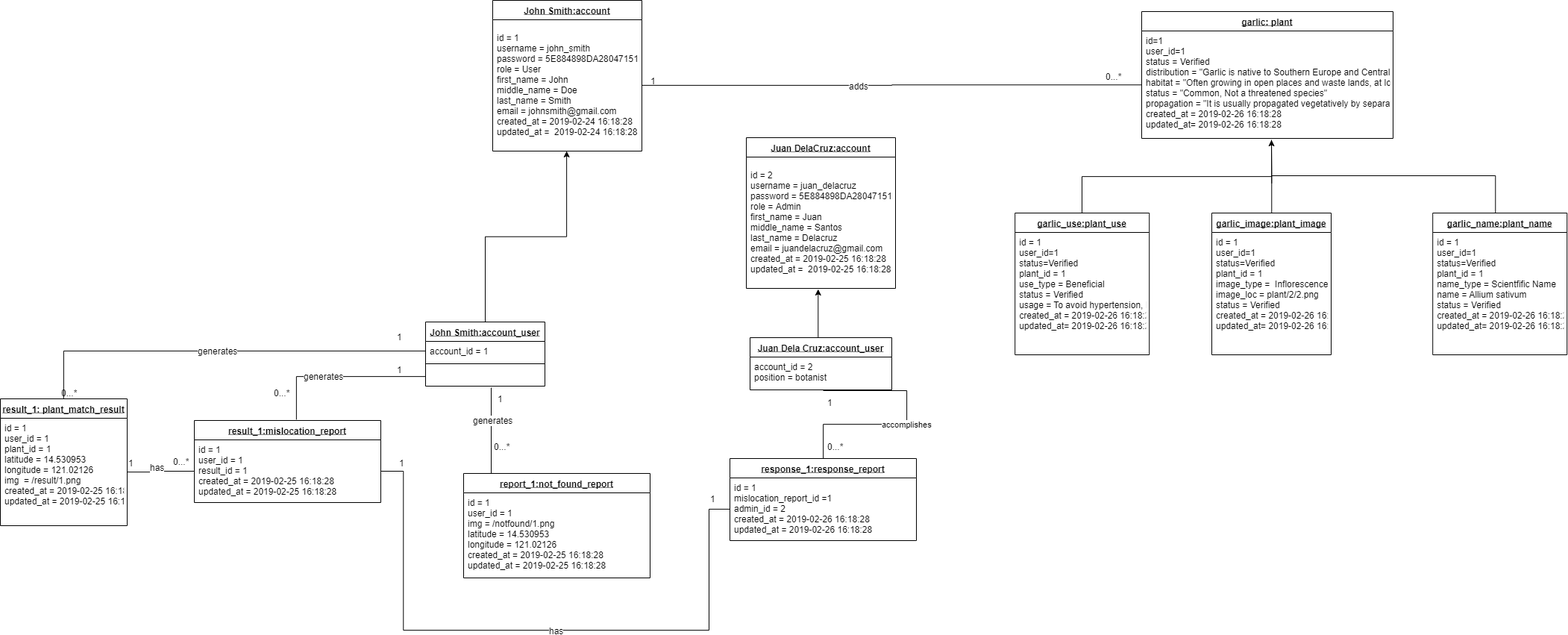
This is Documentations/Diagrams/3-Object Diagram/Object Diagram.png from seans888/project--lyf, a draw.io export, as it was before one commit. Source tidied: cells renumbered, new cells last; positions are measured from the earlier drawing's top-left corner, leaving out a move shared by most shapes.
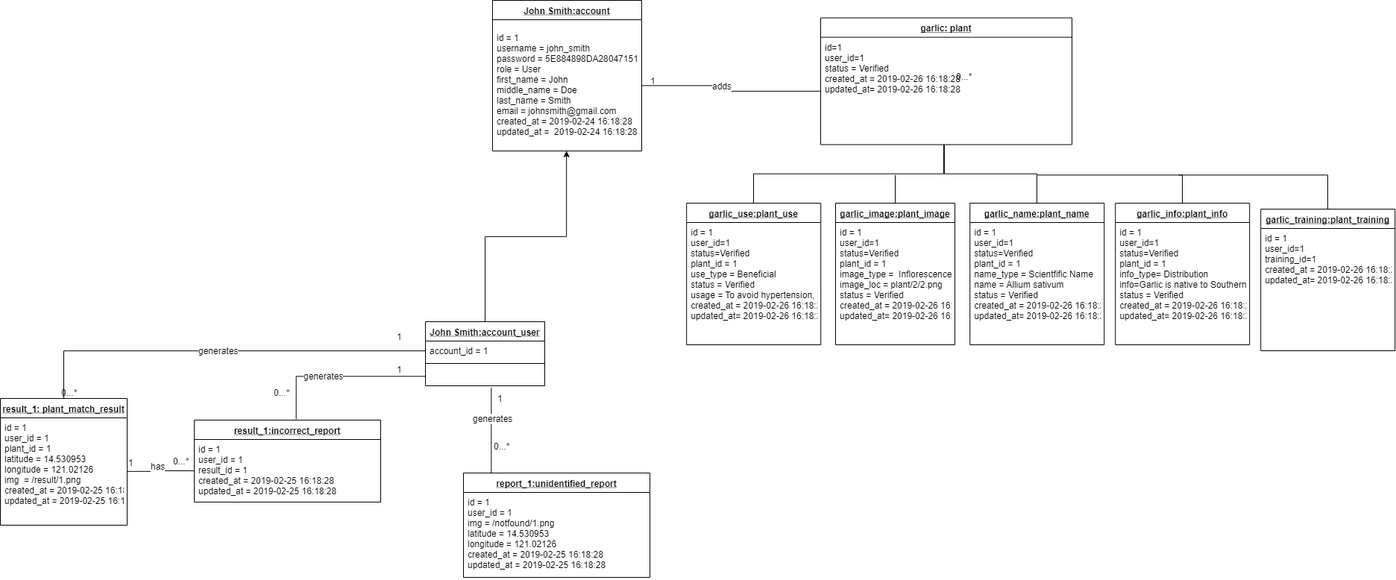
The same file after the commit.

What changed in the source:
```diff
@@ -30,29 +30,27 @@
       <mxGeometry y="26" width="170" height="144" as="geometry" />
     </mxCell>
     <mxCell id="11" value="garlic: plant" style="swimlane;fontStyle=5;align=center;verticalAlign=top;horizontal=1;startSize=26;" parent="1" vertex="1">
-      <mxGeometry x="1530" y="15" width="337" height="170" as="geometry" />
+      <mxGeometry x="1100" y="23.5" width="337" height="170" as="geometry" />
     </mxCell>
-    <mxCell id="12" value="id=1&#10;user_id=1&#10;status = Verified&#10;distribution = &quot;Garlic is native to Southern Europe and Central Asia and is now cultivated throughout the world. It was introduced into the Philippines during the early period and is now extensively grown in Batanes Islands, Batangas, Nueva Ecija, Ilocos Norte, Mindoro, and Cotabato. It is also cultivated to a lesser extent in other parts of the country&#10;habitat = &quot;Often growing in open places and waste lands, at low and medium altitudes. Also cultivated in gardens.&quot;&#10;status = &quot;Common, Not a threatened species&quot;&#10;propagation = &quot;It is usually propagated vegetatively by separation of the cloves or bulblets.&quot;&#10;created_at = 2019-02-26 16:18:28&#10;updated_at= 2019-02-26 16:18:28&#10;&#10;" style="text;strokeColor=none;fillColor=none;align=left;verticalAlign=top;spacingLeft=4;spacingRight=4;overflow=hidden;points=[[0,0.5],[1,0.5]];portConstraint=eastwest;" parent="11" vertex="1">
+    <mxCell id="12" value="id=1&#10;user_id=1&#10;status = Verified&#10;created_at = 2019-02-26 16:18:28&#10;updated_at= 2019-02-26 16:18:28&#10;&#10;" style="text;strokeColor=none;fillColor=none;align=left;verticalAlign=top;spacingLeft=4;spacingRight=4;overflow=hidden;points=[[0,0.5],[1,0.5]];portConstraint=eastwest;" parent="11" vertex="1">
       <mxGeometry y="26" width="337" height="144" as="geometry" />
     </mxCell>
-    <mxCell id="13" style="edgeStyle=orthogonalEdgeStyle;rounded=0;jettySize=auto;html=1;exitX=0.5;exitY=0;exitDx=0;exitDy=0;entryX=0.487;entryY=1.009;entryDx=0;entryDy=0;entryPerimeter=0;endArrow=classic;endFill=1;" parent="1" edge="1" source="14">
-      <mxGeometry relative="1" as="geometry">
-        <mxPoint x="1704" y="187" as="targetPoint" />
-      </mxGeometry>
-    </mxCell>
+    <mxCell id="60" style="edgeStyle=orthogonalEdgeStyle;rounded=0;jettySize=auto;html=1;exitX=0.5;exitY=0;exitDx=0;exitDy=0;entryX=0.489;entryY=0.998;entryDx=0;entryDy=0;entryPerimeter=0;endArrow=none;endFill=0;" parent="1" edge="1" source="14" target="12">
+      <mxGeometry relative="1" as="geometry" />
+    </mxCell>
     <mxCell id="14" value="garlic_use:plant_use" style="swimlane;fontStyle=5;align=center;verticalAlign=top;horizontal=1;startSize=26;" parent="1" vertex="1">
-      <mxGeometry x="1360.2" y="285" width="180" height="190" as="geometry" />
+      <mxGeometry x="920.2" y="272" width="180" height="190" as="geometry" />
     </mxCell>
     <mxCell id="15" value="id = 1&#10;user_id=1&#10;status=Verified&#10;plant_id = 1&#10;use_type = Beneficial&#10;status = Verified&#10;usage = To avoid hypertension, heart disease, diabetes, cancer, etc.&#10;created_at = 2019-02-26 16:18:28&#10;updated_at= 2019-02-26 16:18:28&#10;" style="text;strokeColor=none;fillColor=none;align=left;verticalAlign=top;spacingLeft=4;spacingRight=4;overflow=hidden;" parent="14" vertex="1">
       <mxGeometry y="26" width="180" height="164" as="geometry" />
     </mxCell>
-    <mxCell id="16" style="edgeStyle=orthogonalEdgeStyle;rounded=0;jettySize=auto;html=1;exitX=0.5;exitY=0;exitDx=0;exitDy=0;entryX=0.486;entryY=1.006;entryDx=0;entryDy=0;entryPerimeter=0;endArrow=none;endFill=0;" parent="1" edge="1" source="17">
-      <mxGeometry relative="1" as="geometry">
-        <mxPoint x="1704" y="187" as="targetPoint" />
-      </mxGeometry>
-    </mxCell>
+    <mxCell id="61" style="edgeStyle=orthogonalEdgeStyle;rounded=0;jettySize=auto;html=1;exitX=0.5;exitY=0;exitDx=0;exitDy=0;endArrow=none;endFill=0;" parent="1" edge="1" source="17">
+      <mxGeometry relative="1" as="geometry">
+        <mxPoint x="1200.2" y="234.4" as="targetPoint" />
+      </mxGeometry>
+    </mxCell>
     <mxCell id="17" value="garlic_image:plant_image" style="swimlane;fontStyle=5;align=center;verticalAlign=top;horizontal=1;startSize=26;" parent="1" vertex="1">
-      <mxGeometry x="1624" y="285" width="160" height="190" as="geometry" />
+      <mxGeometry x="1120" y="272" width="160" height="190" as="geometry" />
     </mxCell>
     <mxCell id="18" value="id = 1&#10;user_id=1&#10;status=Verified&#10;plant_id = 1&#10;image_type =  Inflorescence&#10;image_loc = plant/2/2.png&#10;status = Verified&#10;created_at = 2019-02-26 16:18:28&#10;updated_at= 2019-02-26 16:18:28&#10;&#10;" style="text;strokeColor=none;fillColor=none;align=left;verticalAlign=top;spacingLeft=4;spacingRight=4;overflow=hidden;" parent="17" vertex="1">
       <mxGeometry y="26" width="160" height="164" as="geometry" />
@@ -79,9 +77,9 @@
       <mxGeometry x="870" y="98.5" width="20" height="10" as="geometry" />
     </mxCell>
     <mxCell id="26" value="0...*" style="text;html=1;align=left;verticalAlign=top;spacingTop=-4;" parent="1" vertex="1">
-      <mxGeometry x="1480" y="93" width="40" height="10" as="geometry" />
+      <mxGeometry x="1280" y="93" width="40" height="10" as="geometry" />
     </mxCell>
-    <mxCell id="27" value="result_1:mislocation_report" style="swimlane;fontStyle=5;align=center;verticalAlign=top;horizontal=1;startSize=26;labelBackgroundColor=#ffffff;" parent="1" vertex="1">
+    <mxCell id="27" value="result_1:incorrect_report" style="swimlane;fontStyle=5;align=center;verticalAlign=top;horizontal=1;startSize=26;labelBackgroundColor=#ffffff;" parent="1" vertex="1">
       <mxGeometry x="260" y="563" width="250" height="110" as="geometry" />
     </mxCell>
     <mxCell id="28" value="id = 1&#10;user_id = 1&#10;result_id = 1&#10;created_at = 2019-02-25 16:18:28&#10;updated_at = 2019-02-25 16:18:28&#10;&#10;" style="text;strokeColor=none;fillColor=none;align=left;verticalAlign=top;spacingLeft=4;spacingRight=4;overflow=hidden;points=[[0,0.5],[1,0.5]];portConstraint=eastwest;" parent="27" vertex="1">
@@ -100,7 +98,7 @@
         <mxPoint x="3" y="-55" as="offset" />
       </mxGeometry>
     </mxCell>
-    <mxCell id="31" value="report_1:not_found_report" style="swimlane;fontStyle=5;align=center;verticalAlign=top;horizontal=1;startSize=26;labelBackgroundColor=#ffffff;" parent="1" vertex="1">
+    <mxCell id="31" value="report_1:unidentified_report" style="swimlane;fontStyle=5;align=center;verticalAlign=top;horizontal=1;startSize=26;labelBackgroundColor=#ffffff;" parent="1" vertex="1">
       <mxGeometry x="621" y="634" width="250" height="140" as="geometry" />
     </mxCell>
     <mxCell id="32" value="id = 1&#10;user_id = 1&#10;img = /notfound/1.png&#10;latitude = 14.530953&#10;longitude = 121.02126&#10;created_at = 2019-02-25 16:18:28&#10;updated_at = 2019-02-25 16:18:28&#10;&#10;" style="text;strokeColor=none;fillColor=none;align=left;verticalAlign=top;spacingLeft=4;spacingRight=4;overflow=hidden;" parent="31" vertex="1">
@@ -138,74 +136,42 @@
     <mxCell id="42" value="0...*" style="text;html=1;align=left;verticalAlign=top;spacingTop=-4;" parent="1" vertex="1">
       <mxGeometry x="660" y="589" width="40" height="10" as="geometry" />
     </mxCell>
-    <mxCell id="43" style="edgeStyle=orthogonalEdgeStyle;rounded=0;orthogonalLoop=1;jettySize=auto;html=1;exitX=0.5;exitY=0;exitDx=0;exitDy=0;endArrow=none;endFill=0;" parent="1" edge="1">
-      <mxGeometry relative="1" as="geometry">
-        <mxPoint x="2004.3" y="284.9" as="sourcePoint" />
-        <mxPoint x="1704" y="245" as="targetPoint" />
-        <Array as="points">
-          <mxPoint x="2004" y="235" />
-          <mxPoint x="1704" y="235" />
-        </Array>
-      </mxGeometry>
-    </mxCell>
+    <mxCell id="62" style="edgeStyle=orthogonalEdgeStyle;rounded=0;jettySize=auto;html=1;exitX=0.5;exitY=0;exitDx=0;exitDy=0;entryX=0.493;entryY=0.998;entryDx=0;entryDy=0;entryPerimeter=0;endArrow=none;endFill=0;" parent="1" edge="1" source="44" target="12">
+      <mxGeometry relative="1" as="geometry" />
+    </mxCell>
     <mxCell id="44" value="garlic_name:plant_name" style="swimlane;fontStyle=5;align=center;verticalAlign=top;horizontal=1;startSize=26;" parent="1" vertex="1">
-      <mxGeometry x="1920.2" y="285" width="180" height="190" as="geometry" />
+      <mxGeometry x="1300.2" y="272" width="180" height="190" as="geometry" />
     </mxCell>
     <mxCell id="45" value="id = 1&#10;user_id=1&#10;status=Verified&#10;plant_id = 1&#10;name_type = Scientfific Name&#10;name = Allium sativum&#10;status = Verified&#10;created_at = 2019-02-26 16:18:28&#10;updated_at= 2019-02-26 16:18:28&#10;&#10;" style="text;strokeColor=none;fillColor=none;align=left;verticalAlign=top;spacingLeft=4;spacingRight=4;overflow=hidden;" parent="44" vertex="1">
       <mxGeometry y="26" width="180" height="164" as="geometry" />
     </mxCell>
-    <mxCell id="46" value="Juan DelaCruz:account" style="swimlane;fontStyle=5;align=center;verticalAlign=top;horizontal=1;startSize=26;" parent="1" vertex="1">
-      <mxGeometry x="1000" y="184" width="200" height="202" as="geometry" />
-    </mxCell>
-    <mxCell id="47" value="&#10;id = 2&#10;username = juan_delacruz&#10;password = 5E884898DA28047151D0E56F8DC6292773603D0D6AABBDD62A11EF721D1542D8&#10;role = Admin&#10;first_name = Juan&#10;middle_name = Santos&#10;last_name = Delacruz&#10;email = juandelacruz@gmail.com&#10;created_at = 2019-02-25 16:18:28&#10;updated_at =  2019-02-25 16:18:28&#10;" style="text;strokeColor=none;fillColor=none;align=left;verticalAlign=middle;spacingLeft=4;spacingRight=4;overflow=hidden;points=[[0,0.5],[1,0.5]];portConstraint=eastwest;" parent="46" vertex="1">
-      <mxGeometry y="26" width="200" height="176" as="geometry" />
-    </mxCell>
-    <mxCell id="48" style="edgeStyle=orthogonalEdgeStyle;rounded=0;jettySize=auto;html=1;exitX=0.5;exitY=0;exitDx=0;exitDy=0;entryX=0.48;entryY=1.006;entryDx=0;entryDy=0;entryPerimeter=0;" parent="1" edge="1" source="49" target="47">
-      <mxGeometry relative="1" as="geometry">
-        <Array as="points">
-          <mxPoint x="1096" y="452" />
-        </Array>
-      </mxGeometry>
-    </mxCell>
-    <mxCell id="49" value="Juan Dela Cruz:account_user" style="swimlane;fontStyle=5;align=center;verticalAlign=top;horizontal=1;startSize=26;" parent="1" vertex="1">
-      <mxGeometry x="1005" y="452" width="190" height="70" as="geometry" />
-    </mxCell>
-    <mxCell id="50" value="account_id = 2&#10;position = botanist&#10;" style="text;strokeColor=none;fillColor=none;align=left;verticalAlign=top;spacingLeft=4;spacingRight=4;overflow=hidden;points=[[0,0.5],[1,0.5]];portConstraint=eastwest;" parent="49" vertex="1">
-      <mxGeometry y="26" width="190" height="44" as="geometry" />
-    </mxCell>
-    <mxCell id="51" value="accomplishes" style="edgeStyle=orthogonalEdgeStyle;rounded=0;jettySize=auto;html=1;exitX=0.5;exitY=0;exitDx=0;exitDy=0;entryX=0.516;entryY=1.023;entryDx=0;entryDy=0;entryPerimeter=0;endArrow=none;endFill=0;" parent="1" edge="1" source="52" target="50">
-      <mxGeometry relative="1" as="geometry" />
-    </mxCell>
-    <mxCell id="52" value="response_1:response_report" style="swimlane;fontStyle=5;align=center;verticalAlign=top;horizontal=1;startSize=26;labelBackgroundColor=#ffffff;" parent="1" vertex="1">
-      <mxGeometry x="978" y="614" width="250" height="110" as="geometry" />
-    </mxCell>
-    <mxCell id="53" value="id = 1&#10;mislocation_report_id =1&#10;admin_id = 2&#10;created_at = 2019-02-26 16:18:28&#10;updated_at = 2019-02-26 16:18:28&#10;&#10;" style="text;strokeColor=none;fillColor=none;align=left;verticalAlign=top;spacingLeft=4;spacingRight=4;overflow=hidden;points=[[0,0.5],[1,0.5]];portConstraint=eastwest;" parent="52" vertex="1">
-      <mxGeometry y="26" width="250" height="84" as="geometry" />
-    </mxCell>
-    <mxCell id="54" value="1" style="text;html=1;align=left;verticalAlign=top;spacingTop=-4;" parent="1" vertex="1">
-      <mxGeometry x="1107" y="530" width="20" height="20" as="geometry" />
-    </mxCell>
-    <mxCell id="55" value="0...*" style="text;html=1;align=left;verticalAlign=top;spacingTop=-4;" parent="1" vertex="1">
-      <mxGeometry x="1107" y="589" width="40" height="20" as="geometry" />
-    </mxCell>
-    <mxCell id="56" style="edgeStyle=orthogonalEdgeStyle;rounded=0;jettySize=auto;html=1;exitX=0;exitY=0.5;exitDx=0;exitDy=0;entryX=1;entryY=0.5;entryDx=0;entryDy=0;endArrow=none;endFill=0;" parent="1" edge="1" source="53" target="28">
-      <mxGeometry relative="1" as="geometry">
-        <Array as="points">
-          <mxPoint x="950" y="682" />
-          <mxPoint x="950" y="844" />
-          <mxPoint x="540" y="844" />
-          <mxPoint x="540" y="631" />
-        </Array>
-      </mxGeometry>
-    </mxCell>
-    <mxCell id="57" value="has" style="text;html=1;align=center;verticalAlign=middle;labelBackgroundColor=#ffffff;" parent="56" vertex="1">
-      <mxGeometry x="-0.06" relative="1" as="geometry" />
-    </mxCell>
-    <mxCell id="58" value="1" style="text;html=1;align=left;verticalAlign=top;spacingTop=-4;" parent="1" vertex="1">
-      <mxGeometry x="533" y="611" width="20" height="20" as="geometry" />
-    </mxCell>
-    <mxCell id="59" value="1" style="text;html=1;align=left;verticalAlign=top;spacingTop=-4;" parent="1" vertex="1">
-      <mxGeometry x="950" y="659" width="20" height="20" as="geometry" />
-    </mxCell>
+    <mxCell id="63" style="edgeStyle=orthogonalEdgeStyle;rounded=0;jettySize=auto;html=1;exitX=0.5;exitY=0;exitDx=0;exitDy=0;endArrow=none;endFill=0;" parent="1" edge="1" source="64">
+      <mxGeometry relative="1" as="geometry">
+        <mxPoint x="1390" y="234" as="targetPoint" />
+        <Array as="points">
+          <mxPoint x="1585" y="234" />
+        </Array>
+      </mxGeometry>
+    </mxCell>
+    <mxCell id="64" value="garlic_info:plant_info" style="swimlane;fontStyle=5;align=center;verticalAlign=top;horizontal=1;startSize=26;" parent="1" vertex="1">
+      <mxGeometry x="1495.2" y="272" width="180" height="190" as="geometry" />
+    </mxCell>
+    <mxCell id="65" value="id = 1&#10;user_id=1&#10;status=Verified&#10;plant_id = 1&#10;info_type= Distribution&#10;info=Garlic is native to Southern Europe and Central Asia and is now cultivated throughout the world. It was introduced into the Philippines during the early period and is now extensively grown in Batanes Islands, Batangas, Nueva Ecija, Ilocos Norte, Mindoro, and Cotabato. It is also cultivated to a lesser extent in other parts of the country&#10;status = Verified&#10;created_at = 2019-02-26 16:18:28&#10;updated_at= 2019-02-26 16:18:28&#10;&#10;" style="text;strokeColor=none;fillColor=none;align=left;verticalAlign=top;spacingLeft=4;spacingRight=4;overflow=hidden;" parent="64" vertex="1">
+      <mxGeometry y="26" width="180" height="164" as="geometry" />
+    </mxCell>
+    <mxCell id="66" style="edgeStyle=orthogonalEdgeStyle;rounded=0;jettySize=auto;html=1;exitX=0.5;exitY=0;exitDx=0;exitDy=0;endArrow=none;endFill=0;" parent="1" edge="1" source="67">
+      <mxGeometry relative="1" as="geometry">
+        <mxPoint x="1580" y="234" as="targetPoint" />
+        <Array as="points">
+          <mxPoint x="1780" y="234" />
+        </Array>
+      </mxGeometry>
+    </mxCell>
+    <mxCell id="67" value="garlic_training:plant_training" style="swimlane;fontStyle=5;align=center;verticalAlign=top;horizontal=1;startSize=26;" parent="1" vertex="1">
+      <mxGeometry x="1690.2" y="280" width="180" height="190" as="geometry" />
+    </mxCell>
+    <mxCell id="68" value="id = 1&#10;user_id=1&#10;training_id=1&#10;created_at = 2019-02-26 16:18:28&#10;updated_at= 2019-02-26 16:18:28&#10;&#10;" style="text;strokeColor=none;fillColor=none;align=left;verticalAlign=top;spacingLeft=4;spacingRight=4;overflow=hidden;" parent="67" vertex="1">
+      <mxGeometry y="26" width="180" height="164" as="geometry" />
+    </mxCell>
   </root>
 </mxGraphModel>
```
